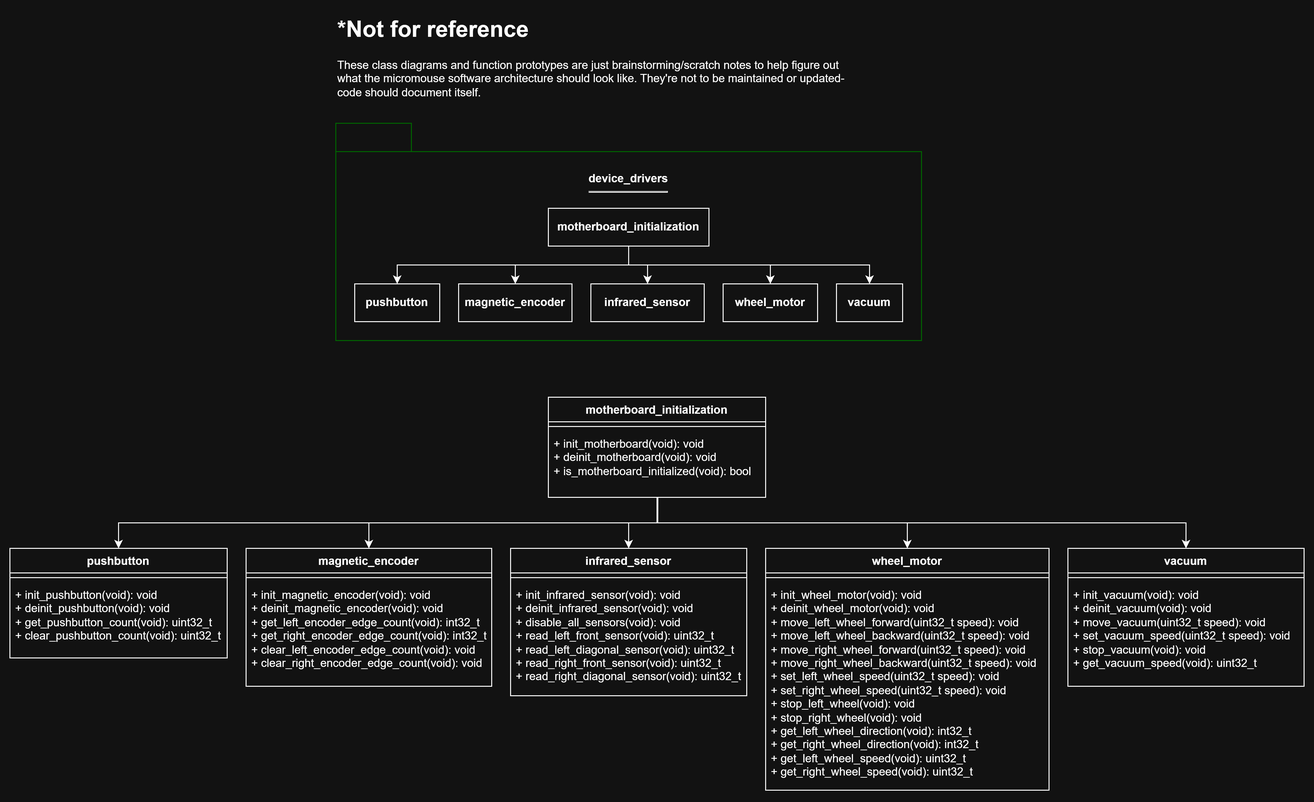
Above: software-architecture/_images/device_drivers.drawio.png in Mouse-Unit-07/sketches (draw.io), before the change. Source tidied: cells renumbered, new cells last; positions are measured from the earlier drawing's top-left corner, leaving out a move shared by most shapes.
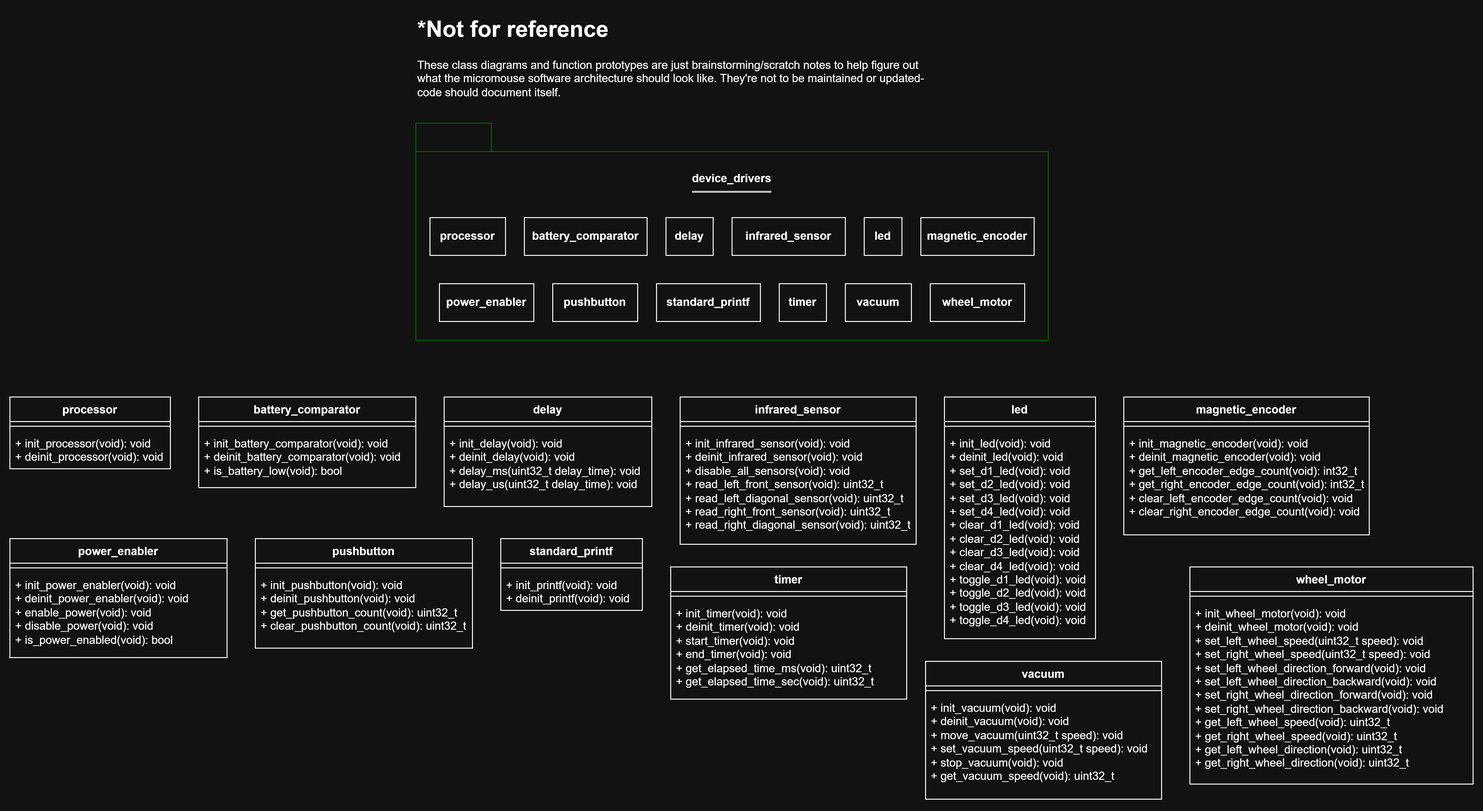
After the commit.

Commit message:
docs: remove initialization glue and processor layer in software architecture

Diff of the diagram source:
```diff
@@ -5,3 +5,3 @@
     <mxCell id="2" value="pushbutton" style="swimlane;fontStyle=1;align=center;verticalAlign=top;horizontal=1;startSize=26;whiteSpace=wrap;html=1;" parent="1" vertex="1">
-      <mxGeometry y="570" width="230" height="116" as="geometry" />
+      <mxGeometry x="180" y="560" width="230" height="116" as="geometry" />
     </mxCell>
@@ -14,3 +14,3 @@
     <mxCell id="5" value="infrared_sensor" style="swimlane;fontStyle=1;align=center;verticalAlign=top;horizontal=1;startSize=26;whiteSpace=wrap;html=1;" parent="1" vertex="1">
-      <mxGeometry x="530" y="570" width="250" height="156" as="geometry" />
+      <mxGeometry x="630" y="410" width="250" height="156" as="geometry" />
     </mxCell>
@@ -23,3 +23,3 @@
     <mxCell id="8" value="magnetic_encoder" style="swimlane;fontStyle=1;align=center;verticalAlign=top;horizontal=1;startSize=26;whiteSpace=wrap;html=1;" parent="1" vertex="1">
-      <mxGeometry x="250" y="570" width="260" height="146" as="geometry" />
+      <mxGeometry x="1100" y="410" width="260" height="146" as="geometry" />
     </mxCell>
@@ -32,3 +32,3 @@
     <mxCell id="11" value="wheel_motor" style="swimlane;fontStyle=1;align=center;verticalAlign=top;horizontal=1;startSize=26;whiteSpace=wrap;html=1;" parent="1" vertex="1">
-      <mxGeometry x="800" y="570" width="300" height="256" as="geometry" />
+      <mxGeometry x="1170" y="590" width="300" height="230" as="geometry" />
     </mxCell>
@@ -37,7 +37,7 @@
     </mxCell>
-    <mxCell id="13" value="+ init_wheel_motor(void): void&lt;div&gt;+ deinit_wheel_motor(void): void&lt;br&gt;&lt;div&gt;+ move_left_wheel_forward(uint32_t speed): void&lt;/div&gt;&lt;div&gt;+ move_left_wheel_backward(uint32_t speed): void&lt;/div&gt;&lt;/div&gt;&lt;div&gt;&lt;div&gt;+ move_right_wheel_forward(uint32_t speed): void&lt;/div&gt;&lt;div&gt;+ move_right_wheel_backward(uint32_t speed): void&lt;/div&gt;&lt;/div&gt;&lt;div&gt;+ set_left_wheel_speed(uint32_t speed): void&lt;/div&gt;&lt;div&gt;+ set_right_wheel_speed(uint32_t speed): void&lt;/div&gt;&lt;div&gt;+ stop_left_wheel(void): void&lt;/div&gt;&lt;div&gt;+ stop_right_wheel(void): void&lt;/div&gt;&lt;div&gt;+ get_left_wheel_direction(void): int32_t&lt;/div&gt;&lt;div&gt;+ get_right_wheel_direction(void): int32_t&lt;/div&gt;&lt;div&gt;+ get_left_wheel_speed(void): uint32_t&lt;/div&gt;&lt;div&gt;+ get_right_wheel_speed(void): uint32_t&lt;/div&gt;" style="text;strokeColor=none;fillColor=none;align=left;verticalAlign=top;spacingLeft=4;spacingRight=4;overflow=hidden;whiteSpace=wrap;html=1;" parent="11" vertex="1">
-      <mxGeometry y="36" width="300" height="220" as="geometry" />
+    <mxCell id="13" value="+ init_wheel_motor(void): void&lt;div&gt;+ deinit_wheel_motor(void): void&lt;br&gt;&lt;div&gt;&lt;span style=&quot;background-color: transparent; color: light-dark(rgb(0, 0, 0), rgb(255, 255, 255));&quot;&gt;+ set_left_wheel_speed(uint32_t speed): void&lt;/span&gt;&lt;/div&gt;&lt;/div&gt;&lt;div&gt;+ set_right_wheel_speed(uint32_t speed): void&lt;/div&gt;&lt;div&gt;&lt;div&gt;&lt;span style=&quot;background-color: transparent; color: light-dark(rgb(0, 0, 0), rgb(255, 255, 255));&quot;&gt;+ set_left_wheel_direction_forward(void): void&lt;/span&gt;&lt;/div&gt;&lt;div&gt;+ set_left_wheel_direction_backward(void): void&lt;/div&gt;&lt;div&gt;+ set_right_wheel_direction_forward(void): void&lt;/div&gt;&lt;/div&gt;&lt;div&gt;&lt;div&gt;+ set_right_wheel_direction_backward(void): void&lt;/div&gt;&lt;/div&gt;&lt;div&gt;&lt;span style=&quot;background-color: transparent; color: light-dark(rgb(0, 0, 0), rgb(255, 255, 255));&quot;&gt;+ get_left_wheel_speed(void): uint32_t&lt;/span&gt;&lt;/div&gt;&lt;div&gt;+ get_right_wheel_speed(void): uint32_t&lt;/div&gt;&lt;div&gt;&lt;div&gt;+ get_left_wheel_direction(void): uint32_t&lt;/div&gt;&lt;div&gt;+ get_right_wheel_direction(void): uint32_t&lt;/div&gt;&lt;/div&gt;" style="text;strokeColor=none;fillColor=none;align=left;verticalAlign=top;spacingLeft=4;spacingRight=4;overflow=hidden;whiteSpace=wrap;html=1;" parent="11" vertex="1">
+      <mxGeometry y="36" width="300" height="194" as="geometry" />
     </mxCell>
     <mxCell id="14" value="vacuum" style="swimlane;fontStyle=1;align=center;verticalAlign=top;horizontal=1;startSize=26;whiteSpace=wrap;html=1;" parent="1" vertex="1">
-      <mxGeometry x="1120" y="570" width="250" height="146" as="geometry" />
+      <mxGeometry x="890" y="690" width="250" height="146" as="geometry" />
     </mxCell>
@@ -50,64 +50,106 @@
     <mxCell id="17" value="device_drivers&lt;div&gt;&lt;hr&gt;&lt;br&gt;&lt;/div&gt;&lt;div&gt;&lt;br&gt;&lt;/div&gt;&lt;div&gt;&lt;br&gt;&lt;/div&gt;&lt;div&gt;&lt;br&gt;&lt;/div&gt;&lt;div&gt;&lt;br&gt;&lt;/div&gt;&lt;div&gt;&lt;br&gt;&lt;/div&gt;&lt;div&gt;&lt;br&gt;&lt;/div&gt;&lt;div&gt;&lt;br&gt;&lt;/div&gt;&lt;div&gt;&lt;br&gt;&lt;/div&gt;" style="shape=folder;fontStyle=1;tabWidth=80;tabHeight=30;tabPosition=left;html=1;boundedLbl=1;whiteSpace=wrap;strokeColor=#006600;" parent="1" vertex="1">
-      <mxGeometry x="345" y="120" width="620" height="230" as="geometry" />
+      <mxGeometry x="350" y="120" width="670" height="230" as="geometry" />
     </mxCell>
     <mxCell id="18" value="&lt;b&gt;pushbutton&lt;/b&gt;" style="rounded=0;whiteSpace=wrap;html=1;" parent="1" vertex="1">
-      <mxGeometry x="365" y="290" width="90" height="40" as="geometry" />
+      <mxGeometry x="495" y="290" width="90" height="40" as="geometry" />
     </mxCell>
     <mxCell id="19" value="&lt;b&gt;infrared_sensor&lt;/b&gt;" style="rounded=0;whiteSpace=wrap;html=1;" parent="1" vertex="1">
-      <mxGeometry x="615" y="290" width="120" height="40" as="geometry" />
+      <mxGeometry x="685" y="220" width="120" height="40" as="geometry" />
     </mxCell>
     <mxCell id="20" value="&lt;b&gt;magnetic_encoder&lt;/b&gt;" style="rounded=0;whiteSpace=wrap;html=1;" parent="1" vertex="1">
-      <mxGeometry x="475" y="290" width="120" height="40" as="geometry" />
+      <mxGeometry x="885" y="220" width="120" height="40" as="geometry" />
     </mxCell>
     <mxCell id="21" value="&lt;b&gt;wheel_motor&lt;/b&gt;" style="rounded=0;whiteSpace=wrap;html=1;" parent="1" vertex="1">
-      <mxGeometry x="755" y="290" width="100" height="40" as="geometry" />
+      <mxGeometry x="895" y="290" width="100" height="40" as="geometry" />
     </mxCell>
     <mxCell id="22" value="&lt;b&gt;vacuum&lt;/b&gt;" style="rounded=0;whiteSpace=wrap;html=1;" parent="1" vertex="1">
-      <mxGeometry x="875" y="290" width="70" height="40" as="geometry" />
+      <mxGeometry x="805" y="290" width="70" height="40" as="geometry" />
     </mxCell>
-    <mxCell id="23" style="edgeStyle=orthogonalEdgeStyle;rounded=0;jettySize=auto;html=1;entryX=0.5;entryY=0;entryDx=0;entryDy=0;exitX=0.504;exitY=0.998;exitDx=0;exitDy=0;exitPerimeter=0;" parent="1" edge="1" source="30" target="2">
-      <mxGeometry relative="1" as="geometry" />
-    </mxCell>
-    <mxCell id="24" style="edgeStyle=orthogonalEdgeStyle;rounded=0;jettySize=auto;html=1;entryX=0.5;entryY=0;entryDx=0;entryDy=0;exitX=0.5;exitY=1;exitDx=0;exitDy=0;" parent="1" edge="1" source="28" target="8">
-      <mxGeometry relative="1" as="geometry" />
-    </mxCell>
-    <mxCell id="25" style="edgeStyle=orthogonalEdgeStyle;rounded=0;jettySize=auto;html=1;entryX=0.5;entryY=0;entryDx=0;entryDy=0;" parent="1" edge="1" source="28" target="5">
-      <mxGeometry relative="1" as="geometry" />
-    </mxCell>
-    <mxCell id="26" style="edgeStyle=orthogonalEdgeStyle;rounded=0;jettySize=auto;html=1;" parent="1" edge="1" source="28" target="11">
-      <mxGeometry relative="1" as="geometry" />
-    </mxCell>
-    <mxCell id="27" style="edgeStyle=orthogonalEdgeStyle;rounded=0;jettySize=auto;html=1;entryX=0.5;entryY=0;entryDx=0;entryDy=0;exitX=0.5;exitY=1;exitDx=0;exitDy=0;" parent="1" edge="1" source="28" target="14">
-      <mxGeometry relative="1" as="geometry" />
-    </mxCell>
-    <mxCell id="28" value="motherboard_initialization" style="swimlane;fontStyle=1;align=center;verticalAlign=top;horizontal=1;startSize=26;whiteSpace=wrap;html=1;" parent="1" vertex="1">
-      <mxGeometry x="570" y="410" width="230" height="106" as="geometry" />
-    </mxCell>
-    <mxCell id="29" style="line;strokeWidth=1;fillColor=none;align=left;verticalAlign=middle;spacingTop=-1;spacingLeft=3;spacingRight=3;labelPosition=right;strokeColor=inherit;" parent="28" vertex="1">
-      <mxGeometry y="26" width="230" height="10" as="geometry" />
-    </mxCell>
-    <mxCell id="30" value="+ init_motherboard(void): void&lt;div&gt;+ deinit_motherboard(void): void&lt;/div&gt;&lt;div&gt;+ is_motherboard_initialized(void): bool&lt;/div&gt;" style="text;strokeColor=none;fillColor=none;align=left;verticalAlign=top;spacingLeft=4;spacingRight=4;overflow=hidden;points=[[0,0.5],[1,0.5]];portConstraint=eastwest;whiteSpace=wrap;html=1;" parent="28" vertex="1">
-      <mxGeometry y="36" width="230" height="70" as="geometry" />
-    </mxCell>
-    <mxCell id="31" style="edgeStyle=orthogonalEdgeStyle;rounded=0;jettySize=auto;html=1;entryX=0.5;entryY=0;entryDx=0;entryDy=0;exitX=0.5;exitY=1;exitDx=0;exitDy=0;" parent="1" edge="1" source="36" target="18">
-      <mxGeometry relative="1" as="geometry" />
-    </mxCell>
-    <mxCell id="32" style="edgeStyle=orthogonalEdgeStyle;rounded=0;jettySize=auto;html=1;entryX=0.5;entryY=0;entryDx=0;entryDy=0;" parent="1" edge="1" source="36" target="20">
-      <mxGeometry relative="1" as="geometry" />
-    </mxCell>
-    <mxCell id="33" style="edgeStyle=orthogonalEdgeStyle;rounded=0;jettySize=auto;html=1;entryX=0.5;entryY=0;entryDx=0;entryDy=0;" parent="1" edge="1" source="36" target="19">
-      <mxGeometry relative="1" as="geometry" />
-    </mxCell>
-    <mxCell id="34" style="edgeStyle=orthogonalEdgeStyle;rounded=0;jettySize=auto;html=1;exitX=0.5;exitY=1;exitDx=0;exitDy=0;" parent="1" edge="1" source="36" target="21">
-      <mxGeometry relative="1" as="geometry" />
-    </mxCell>
-    <mxCell id="35" style="edgeStyle=orthogonalEdgeStyle;rounded=0;jettySize=auto;html=1;exitX=0.5;exitY=1;exitDx=0;exitDy=0;" parent="1" edge="1" source="36" target="22">
-      <mxGeometry relative="1" as="geometry" />
-    </mxCell>
-    <mxCell id="36" value="&lt;b&gt;motherboard_initialization&lt;/b&gt;" style="rounded=0;whiteSpace=wrap;html=1;" parent="1" vertex="1">
-      <mxGeometry x="570" y="210" width="170" height="40" as="geometry" />
-    </mxCell>
     <mxCell id="37" value="&lt;h1 style=&quot;margin-top: 0px;&quot;&gt;*Not for reference&lt;/h1&gt;&lt;p&gt;These class diagrams and function prototypes are just brainstorming/scratch notes to help figure out what the micromouse software architecture should look like. They're not to be maintained or updated- code should document itself.&lt;/p&gt;" style="text;html=1;whiteSpace=wrap;overflow=hidden;rounded=0;" parent="1" vertex="1">
-      <mxGeometry x="345" width="560" height="100" as="geometry" />
+      <mxGeometry x="350" width="560" height="100" as="geometry" />
     </mxCell>
+    <mxCell id="38" value="led" style="swimlane;fontStyle=1;align=center;verticalAlign=top;horizontal=1;startSize=26;whiteSpace=wrap;html=1;" parent="1" vertex="1">
+      <mxGeometry x="910" y="410" width="160" height="256" as="geometry" />
+    </mxCell>
+    <mxCell id="39" style="line;strokeWidth=1;fillColor=none;align=left;verticalAlign=middle;spacingTop=-1;spacingLeft=3;spacingRight=3;labelPosition=right;strokeColor=inherit;" parent="38" vertex="1">
+      <mxGeometry y="26" width="160" height="10" as="geometry" />
+    </mxCell>
+    <mxCell id="40" value="+ init_led(void): void&lt;div&gt;+ deinit_led(void): void&lt;br&gt;&lt;div&gt;+ set_d1_led(void): void&lt;/div&gt;&lt;/div&gt;&lt;div&gt;+&amp;nbsp;&lt;span style=&quot;background-color: transparent; color: light-dark(rgb(0, 0, 0), rgb(255, 255, 255));&quot;&gt;set&lt;/span&gt;_d&lt;span style=&quot;background-color: transparent; color: light-dark(rgb(0, 0, 0), rgb(255, 255, 255));&quot;&gt;2&lt;/span&gt;_l&lt;span style=&quot;background-color: transparent; color: light-dark(rgb(0, 0, 0), rgb(255, 255, 255));&quot;&gt;ed(void): void&lt;/span&gt;&lt;/div&gt;&lt;div&gt;+ set_d3_led(void): void&lt;span style=&quot;background-color: transparent; color: light-dark(rgb(0, 0, 0), rgb(255, 255, 255));&quot;&gt;&lt;/span&gt;&lt;/div&gt;&lt;div&gt;&lt;span style=&quot;background-color: transparent; color: light-dark(rgb(0, 0, 0), rgb(255, 255, 255));&quot;&gt;+&lt;/span&gt;&lt;span style=&quot;background-color: transparent; color: light-dark(rgb(0, 0, 0), rgb(255, 255, 255));&quot;&gt;&amp;nbsp;&lt;/span&gt;set_d4_led(void): void&lt;/div&gt;&lt;div&gt;+ clear_d1_led(void): void&lt;/div&gt;&lt;div&gt;+ clear_d2_led(void): void&lt;/div&gt;&lt;div&gt;+ clear_d3_led(void): void&lt;/div&gt;&lt;div&gt;+ clear_d4_led(void): void&lt;/div&gt;&lt;div&gt;+ toggle_d1_led(void): void&lt;/div&gt;&lt;div&gt;+ toggle_d2_led(void): void&lt;/div&gt;&lt;div&gt;+ toggle_d3_led(void): void&lt;/div&gt;&lt;div&gt;+ toggle_d4_led(void): void&lt;/div&gt;" style="text;strokeColor=none;fillColor=none;align=left;verticalAlign=top;spacingLeft=4;spacingRight=4;overflow=hidden;whiteSpace=wrap;html=1;" parent="38" vertex="1">
+      <mxGeometry y="36" width="160" height="220" as="geometry" />
+    </mxCell>
+    <mxCell id="41" value="timer" style="swimlane;fontStyle=1;align=center;verticalAlign=top;horizontal=1;startSize=26;whiteSpace=wrap;html=1;" parent="1" vertex="1">
+      <mxGeometry x="620" y="590" width="250" height="140" as="geometry" />
+    </mxCell>
+    <mxCell id="42" style="line;strokeWidth=1;fillColor=none;align=left;verticalAlign=middle;spacingTop=-1;spacingLeft=3;spacingRight=3;labelPosition=right;strokeColor=inherit;" parent="41" vertex="1">
+      <mxGeometry y="26" width="250" height="10" as="geometry" />
+    </mxCell>
+    <mxCell id="43" value="+ init_timer(void): void&lt;div&gt;+ deinit_timer(void): void&lt;br&gt;&lt;div&gt;+ start_timer(void): void&lt;/div&gt;&lt;/div&gt;&lt;div&gt;+ end_timer(void): void&lt;/div&gt;&lt;div&gt;+ get_elapsed_time_ms(void): uint32_t&lt;/div&gt;&lt;div&gt;+ get_elapsed_time_sec(void): uint32_t&lt;/div&gt;" style="text;strokeColor=none;fillColor=none;align=left;verticalAlign=top;spacingLeft=4;spacingRight=4;overflow=hidden;whiteSpace=wrap;html=1;" parent="41" vertex="1">
+      <mxGeometry y="36" width="250" height="104" as="geometry" />
+    </mxCell>
+    <mxCell id="44" value="battery_comparator" style="swimlane;fontStyle=1;align=center;verticalAlign=top;horizontal=1;startSize=26;whiteSpace=wrap;html=1;" parent="1" vertex="1">
+      <mxGeometry x="120" y="410" width="230" height="96" as="geometry" />
+    </mxCell>
+    <mxCell id="45" style="line;strokeWidth=1;fillColor=none;align=left;verticalAlign=middle;spacingTop=-1;spacingLeft=3;spacingRight=3;labelPosition=right;strokeColor=inherit;" parent="44" vertex="1">
+      <mxGeometry y="26" width="230" height="10" as="geometry" />
+    </mxCell>
+    <mxCell id="46" value="+ init_battery_comparator(void): void&lt;div&gt;+ deinit_battery_comparator(void): void&lt;br&gt;&lt;div&gt;+ is_battery_low(void): bool&lt;/div&gt;&lt;/div&gt;" style="text;strokeColor=none;fillColor=none;align=left;verticalAlign=top;spacingLeft=4;spacingRight=4;overflow=hidden;whiteSpace=wrap;html=1;" parent="44" vertex="1">
+      <mxGeometry y="36" width="230" height="60" as="geometry" />
+    </mxCell>
+    <mxCell id="47" value="power_enabler" style="swimlane;fontStyle=1;align=center;verticalAlign=top;horizontal=1;startSize=26;whiteSpace=wrap;html=1;" parent="1" vertex="1">
+      <mxGeometry x="-80" y="560" width="230" height="126" as="geometry" />
+    </mxCell>
+    <mxCell id="48" style="line;strokeWidth=1;fillColor=none;align=left;verticalAlign=middle;spacingTop=-1;spacingLeft=3;spacingRight=3;labelPosition=right;strokeColor=inherit;" parent="47" vertex="1">
+      <mxGeometry y="26" width="230" height="10" as="geometry" />
+    </mxCell>
+    <mxCell id="49" value="+ init_power_enabler(void): void&lt;div&gt;+ deinit_power_enabler(void): void&lt;br&gt;&lt;div&gt;+ enable_power(void): void&lt;/div&gt;&lt;/div&gt;&lt;div&gt;+ disable_power(void): void&lt;/div&gt;&lt;div&gt;+ is_power_enabled(void): bool&lt;/div&gt;" style="text;strokeColor=none;fillColor=none;align=left;verticalAlign=top;spacingLeft=4;spacingRight=4;overflow=hidden;whiteSpace=wrap;html=1;" parent="47" vertex="1">
+      <mxGeometry y="36" width="230" height="90" as="geometry" />
+    </mxCell>
+    <mxCell id="50" value="delay" style="swimlane;fontStyle=1;align=center;verticalAlign=top;horizontal=1;startSize=26;whiteSpace=wrap;html=1;" parent="1" vertex="1">
+      <mxGeometry x="380" y="410" width="220" height="116" as="geometry" />
+    </mxCell>
+    <mxCell id="51" style="line;strokeWidth=1;fillColor=none;align=left;verticalAlign=middle;spacingTop=-1;spacingLeft=3;spacingRight=3;labelPosition=right;strokeColor=inherit;" parent="50" vertex="1">
+      <mxGeometry y="26" width="220" height="10" as="geometry" />
+    </mxCell>
+    <mxCell id="52" value="&lt;div&gt;+ init_delay(void): void&lt;/div&gt;&lt;div&gt;+ deinit_delay(void): void&lt;/div&gt;&lt;div&gt;+ delay_ms(uint32_t delay_time): void&lt;/div&gt;&lt;div&gt;+ delay_us(uint32_t delay_time): void&lt;/div&gt;" style="text;strokeColor=none;fillColor=none;align=left;verticalAlign=top;spacingLeft=4;spacingRight=4;overflow=hidden;whiteSpace=wrap;html=1;" parent="50" vertex="1">
+      <mxGeometry y="36" width="220" height="80" as="geometry" />
+    </mxCell>
+    <mxCell id="53" value="standard_printf" style="swimlane;fontStyle=1;align=center;verticalAlign=top;horizontal=1;startSize=26;whiteSpace=wrap;html=1;" parent="1" vertex="1">
+      <mxGeometry x="440" y="560" width="150" height="76" as="geometry" />
+    </mxCell>
+    <mxCell id="54" style="line;strokeWidth=1;fillColor=none;align=left;verticalAlign=middle;spacingTop=-1;spacingLeft=3;spacingRight=3;labelPosition=right;strokeColor=inherit;" parent="53" vertex="1">
+      <mxGeometry y="26" width="150" height="10" as="geometry" />
+    </mxCell>
+    <mxCell id="55" value="+ init_printf(void): void&lt;div&gt;+ deinit_printf(void): void&lt;/div&gt;" style="text;strokeColor=none;fillColor=none;align=left;verticalAlign=top;spacingLeft=4;spacingRight=4;overflow=hidden;whiteSpace=wrap;html=1;" parent="53" vertex="1">
+      <mxGeometry y="36" width="150" height="40" as="geometry" />
+    </mxCell>
+    <mxCell id="56" value="&lt;b&gt;led&lt;/b&gt;" style="rounded=0;whiteSpace=wrap;html=1;" parent="1" vertex="1">
+      <mxGeometry x="825" y="220" width="40" height="40" as="geometry" />
+    </mxCell>
+    <mxCell id="57" value="&lt;b&gt;battery_comparator&lt;/b&gt;" style="rounded=0;whiteSpace=wrap;html=1;" parent="1" vertex="1">
+      <mxGeometry x="465" y="220" width="130" height="40" as="geometry" />
+    </mxCell>
+    <mxCell id="58" value="&lt;b&gt;timer&lt;/b&gt;" style="rounded=0;whiteSpace=wrap;html=1;" parent="1" vertex="1">
+      <mxGeometry x="735" y="290" width="50" height="40" as="geometry" />
+    </mxCell>
+    <mxCell id="59" value="&lt;b&gt;power_enabler&lt;/b&gt;" style="rounded=0;whiteSpace=wrap;html=1;" parent="1" vertex="1">
+      <mxGeometry x="375" y="290" width="100" height="40" as="geometry" />
+    </mxCell>
+    <mxCell id="60" value="&lt;b&gt;delay&lt;/b&gt;" style="rounded=0;whiteSpace=wrap;html=1;" parent="1" vertex="1">
+      <mxGeometry x="615" y="220" width="50" height="40" as="geometry" />
+    </mxCell>
+    <mxCell id="61" value="&lt;b&gt;standard_printf&lt;/b&gt;" style="rounded=0;whiteSpace=wrap;html=1;" parent="1" vertex="1">
+      <mxGeometry x="605" y="290" width="110" height="40" as="geometry" />
+    </mxCell>
+    <mxCell id="62" value="processor" style="swimlane;fontStyle=1;align=center;verticalAlign=top;horizontal=1;startSize=26;whiteSpace=wrap;html=1;" parent="1" vertex="1">
+      <mxGeometry x="-80" y="410" width="170" height="76" as="geometry" />
+    </mxCell>
+    <mxCell id="63" style="line;strokeWidth=1;fillColor=none;align=left;verticalAlign=middle;spacingTop=-1;spacingLeft=3;spacingRight=3;labelPosition=right;strokeColor=inherit;" parent="62" vertex="1">
+      <mxGeometry y="26" width="170" height="10" as="geometry" />
+    </mxCell>
+    <mxCell id="64" value="+ init_processor(void): void&lt;div&gt;+ deinit_processor(void): void&lt;br&gt;&lt;div&gt;&lt;br&gt;&lt;/div&gt;&lt;/div&gt;" style="text;strokeColor=none;fillColor=none;align=left;verticalAlign=top;spacingLeft=4;spacingRight=4;overflow=hidden;whiteSpace=wrap;html=1;" parent="62" vertex="1">
+      <mxGeometry y="36" width="170" height="40" as="geometry" />
+    </mxCell>
+    <mxCell id="65" value="&lt;b&gt;processor&lt;/b&gt;" style="rounded=0;whiteSpace=wrap;html=1;" parent="1" vertex="1">
+      <mxGeometry x="365" y="220" width="80" height="40" as="geometry" />
+    </mxCell>
   </root>
```
